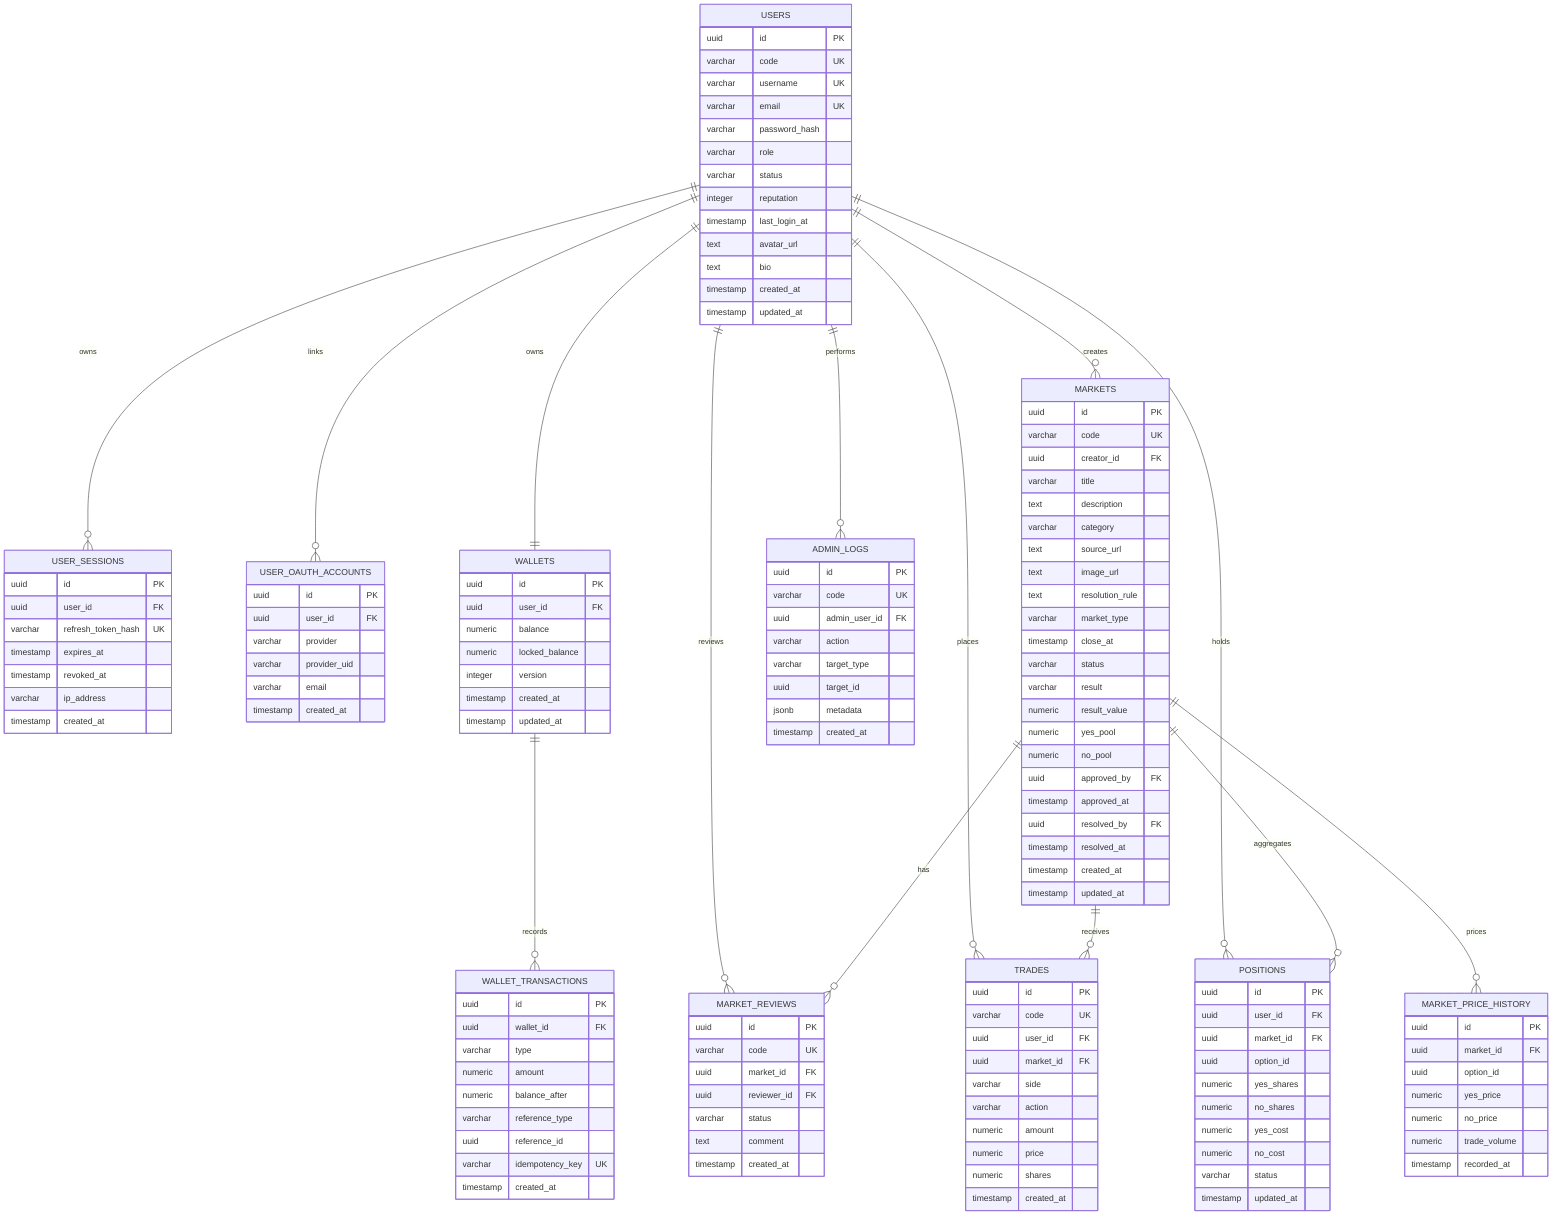
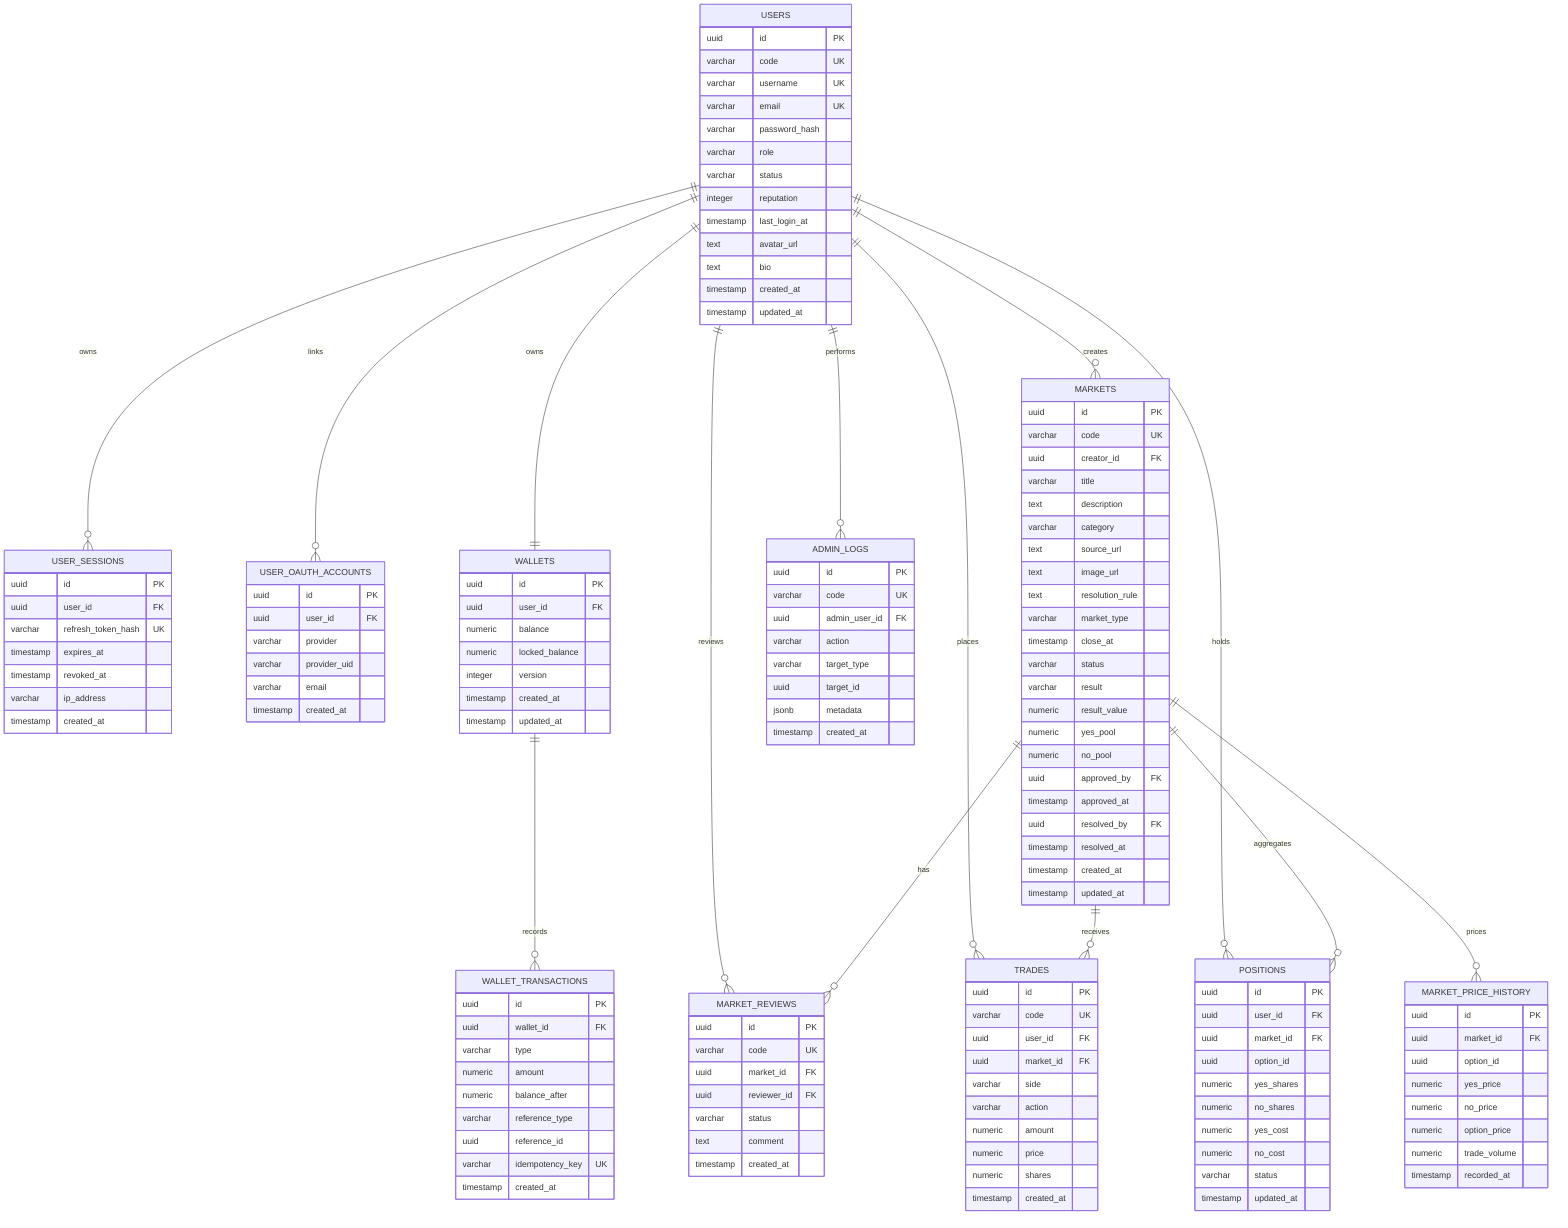
erDiagram
    USERS ||--o{ USER_SESSIONS : owns
    USERS ||--o{ USER_OAUTH_ACCOUNTS : links
    USERS ||--|| WALLETS : owns
    USERS ||--o{ MARKETS : creates
    USERS ||--o{ MARKET_REVIEWS : reviews
    USERS ||--o{ TRADES : places
    USERS ||--o{ POSITIONS : holds
    USERS ||--o{ ADMIN_LOGS : performs
    WALLETS ||--o{ WALLET_TRANSACTIONS : records
    MARKETS ||--o{ MARKET_REVIEWS : has
    MARKETS ||--o{ TRADES : receives
    MARKETS ||--o{ POSITIONS : aggregates
    MARKETS ||--o{ MARKET_PRICE_HISTORY : prices

    USERS {
        uuid id PK
        varchar code UK
        varchar username UK
        varchar email UK
        varchar password_hash
        varchar role
        varchar status
        integer reputation
        timestamp last_login_at
        text avatar_url
        text bio
        timestamp created_at
        timestamp updated_at
    }
    USER_SESSIONS {
        uuid id PK
        uuid user_id FK
        varchar refresh_token_hash UK
        timestamp expires_at
        timestamp revoked_at
        varchar ip_address
        timestamp created_at
    }
    USER_OAUTH_ACCOUNTS {
        uuid id PK
        uuid user_id FK
        varchar provider
        varchar provider_uid
        varchar email
        timestamp created_at
    }
    WALLETS {
        uuid id PK
        uuid user_id FK
        numeric balance
        numeric locked_balance
        integer version
        timestamp created_at
        timestamp updated_at
    }
    MARKETS {
        uuid id PK
        varchar code UK
        uuid creator_id FK
        varchar title
        text description
        varchar category
        text source_url
        text image_url
        text resolution_rule
        varchar market_type
        timestamp close_at
        varchar status
        varchar result
        numeric result_value
        numeric yes_pool
        numeric no_pool
        uuid approved_by FK
        timestamp approved_at
        uuid resolved_by FK
        timestamp resolved_at
        timestamp created_at
        timestamp updated_at
    }
    MARKET_REVIEWS {
        uuid id PK
        varchar code UK
        uuid market_id FK
        uuid reviewer_id FK
        varchar status
        text comment
        timestamp created_at
    }
    TRADES {
        uuid id PK
        varchar code UK
        uuid user_id FK
        uuid market_id FK
        varchar side
        varchar action
        numeric amount
        numeric price
        numeric shares
        timestamp created_at
    }
    POSITIONS {
        uuid id PK
        uuid user_id FK
        uuid market_id FK
        uuid option_id
        numeric yes_shares
        numeric no_shares
        numeric yes_cost
        numeric no_cost
        varchar status
        timestamp updated_at
    }
    MARKET_PRICE_HISTORY {
        uuid id PK
        uuid market_id FK
        uuid option_id
        numeric yes_price
        numeric no_price
+         numeric option_price
        numeric trade_volume
        timestamp recorded_at
    }
    WALLET_TRANSACTIONS {
        uuid id PK
        uuid wallet_id FK
        varchar type
        numeric amount
        numeric balance_after
        varchar reference_type
        uuid reference_id
        varchar idempotency_key UK
        timestamp created_at
    }
    ADMIN_LOGS {
        uuid id PK
        varchar code UK
        uuid admin_user_id FK
        varchar action
        varchar target_type
        uuid target_id
        jsonb metadata
        timestamp created_at
    }
